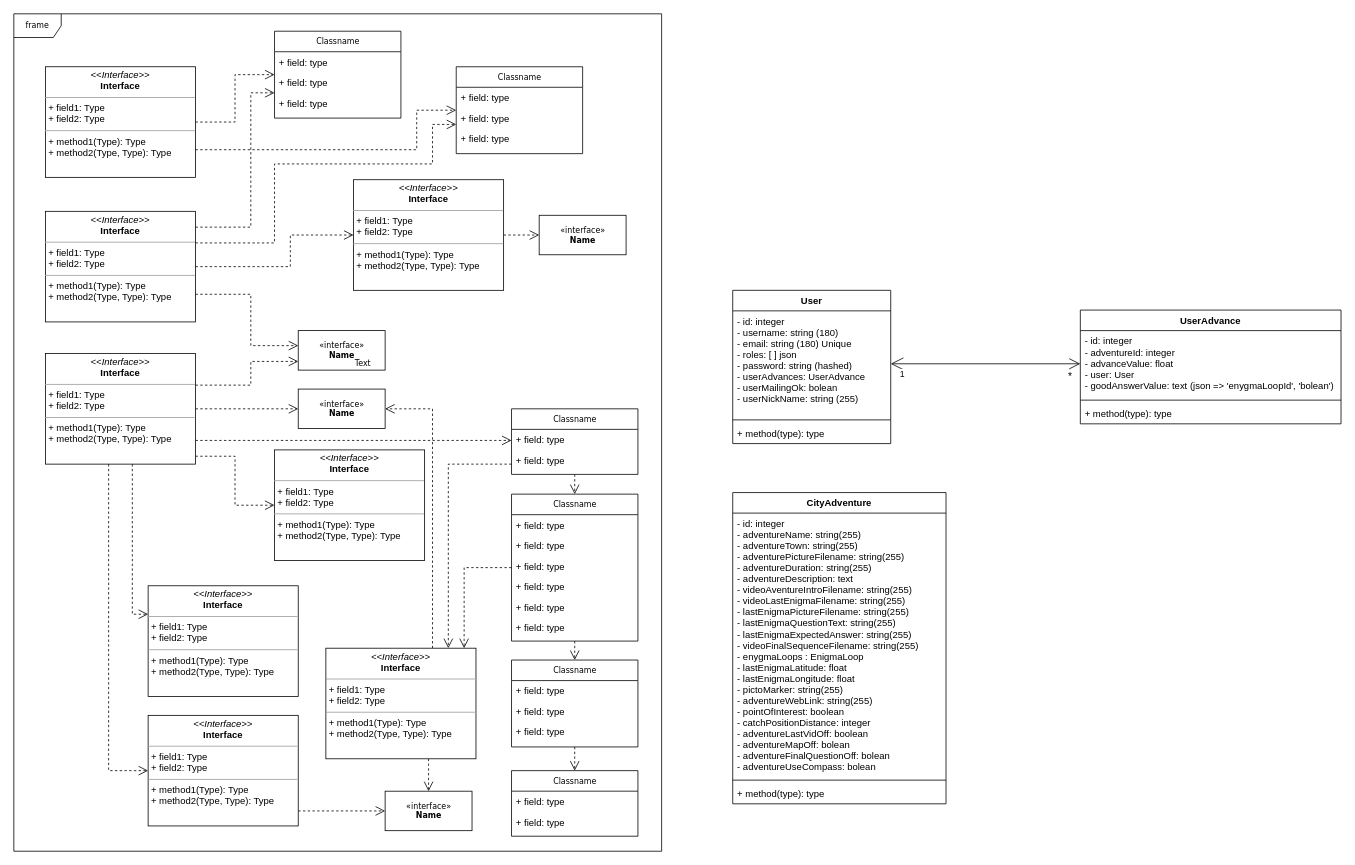
Above: entites.drawio in dlaxcess/citygmaUML (draw.io), before the change. Source tidied: cells renumbered, new cells numbered last; positions are measured from the earlier drawing's top-left corner, leaving out a move shared by most shapes. Both pictures are drawn from the tidied source at 79%, with x=0, y=0 at pixel (13, 13).
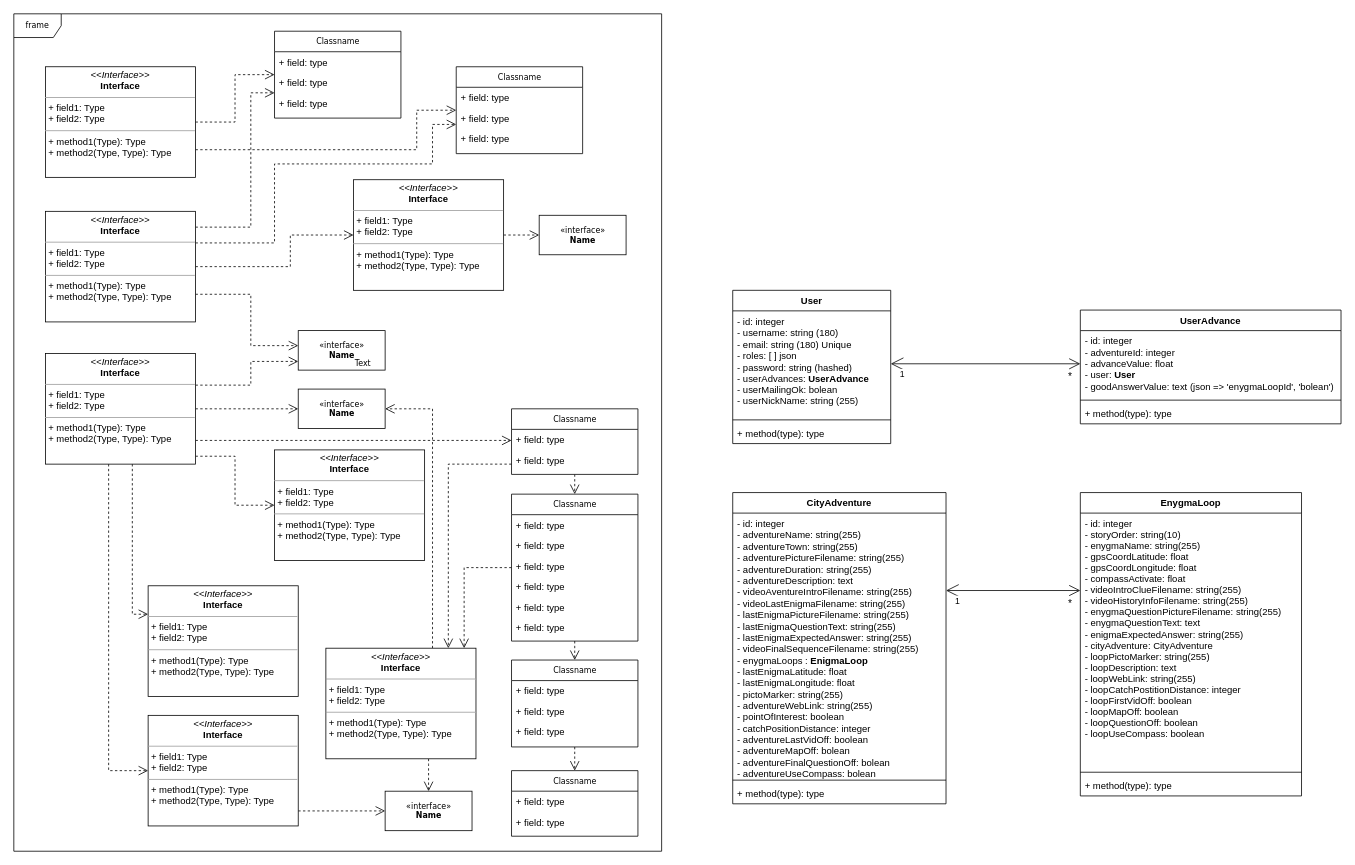
The same page after the edit.

Unchanged cells that the change refers to:
```xml
<mxCell id="62" value="User" style="swimlane;fontStyle=1;align=center;verticalAlign=top;horizontal=1;startSize=26;" parent="1" vertex="1">
  <mxGeometry x="910" y="350" width="200" height="194" as="geometry" />
</mxCell>
<mxCell id="66" value="UserAdvance" style="swimlane;fontStyle=1;align=center;verticalAlign=top;horizontal=1;startSize=26;" parent="1" vertex="1">
  <mxGeometry x="1350" y="375" width="330" height="144" as="geometry" />
</mxCell>
<mxCell id="73" value="CityAdventure" style="swimlane;fontStyle=1;align=center;verticalAlign=top;horizontal=1;startSize=26;" parent="1" vertex="1">
  <mxGeometry x="910" y="606" width="270" height="394" as="geometry" />
</mxCell>
```

What changed in the source:
```diff
@@
-    <mxCell id="63" value="- id: integer&#10;- username: string (180)&#10;- email: string (180) Unique&#10;- roles: [ ] json&#10;- password: string (hashed)&#10;- userAdvances: UserAdvance&#10;- userMailingOk: bolean&#10;- userNickName: string (255)" style="text;strokeColor=none;fillColor=none;align=left;verticalAlign=top;spacingLeft=4;spacingRight=4;overflow=hidden;points=[[0,0.5],[1,0.5]];portConstraint=eastwest;" parent="62" vertex="1">
+    <mxCell id="63" value="- id: integer&lt;br&gt;- username: string (180)&lt;br&gt;- email: string (180) Unique&lt;br&gt;- roles: [ ] json&lt;br&gt;- password: string (hashed)&lt;br&gt;- userAdvances: &lt;b&gt;UserAdvance&lt;/b&gt;&lt;br&gt;- userMailingOk: bolean&lt;br&gt;- userNickName: string (255)" style="text;strokeColor=none;fillColor=none;align=left;verticalAlign=top;spacingLeft=4;spacingRight=4;overflow=hidden;points=[[0,0.5],[1,0.5]];portConstraint=eastwest;html=1;" parent="62" vertex="1">
       <mxGeometry y="26" width="200" height="134" as="geometry" />
     </mxCell>
@@
-    <mxCell id="67" value="- id: integer&#10;- adventureId: integer&#10;- advanceValue: float&#10;- user: User&#10;- goodAnswerValue: text (json =&gt; 'enygmaLoopId', 'bolean') " style="text;strokeColor=none;fillColor=none;align=left;verticalAlign=top;spacingLeft=4;spacingRight=4;overflow=hidden;points=[[0,0.5],[1,0.5]];portConstraint=eastwest;" parent="66" vertex="1">
+    <mxCell id="67" value="- id: integer&lt;br&gt;- adventureId: integer&lt;br&gt;- advanceValue: float&lt;br&gt;- user: &lt;b&gt;User&lt;/b&gt;&lt;br&gt;- goodAnswerValue: text (json =&amp;gt; 'enygmaLoopId', 'bolean')&amp;nbsp;" style="text;strokeColor=none;fillColor=none;align=left;verticalAlign=top;spacingLeft=4;spacingRight=4;overflow=hidden;points=[[0,0.5],[1,0.5]];portConstraint=eastwest;html=1;" parent="66" vertex="1">
       <mxGeometry y="26" width="330" height="84" as="geometry" />
     </mxCell>
@@
-    <mxCell id="74" value="- id: integer&#10;- adventureName: string(255)&#10;- adventureTown: string(255)&#10;- adventurePictureFilename: string(255)&#10;- adventureDuration: string(255)&#10;- adventureDescription: text&#10;- videoAventureIntroFilename: string(255)&#10;- videoLastEnigmaFilename: string(255)&#10;- lastEnigmaPictureFilename: string(255)&#10;- lastEnigmaQuestionText: string(255)&#10;- lastEnigmaExpectedAnswer: string(255)&#10;- videoFinalSequenceFilename: string(255)&#10;- enygmaLoops : EnigmaLoop&#10;- lastEnigmaLatitude: float&#10;- lastEnigmaLongitude: float&#10;- pictoMarker: string(255)&#10;- adventureWebLink: string(255)&#10;- pointOfInterest: boolean&#10;- catchPositionDistance: integer&#10;- adventureLastVidOff: boolean&#10;- adventureMapOff: bolean&#10;- adventureFinalQuestionOff: bolean&#10;- adventureUseCompass: bolean" style="text;strokeColor=none;fillColor=none;align=left;verticalAlign=top;spacingLeft=4;spacingRight=4;overflow=hidden;" parent="73" vertex="1">
+    <mxCell id="74" value="- id: integer&lt;br&gt;- adventureName: string(255)&lt;br&gt;- adventureTown: string(255)&lt;br&gt;- adventurePictureFilename: string(255)&lt;br&gt;- adventureDuration: string(255)&lt;br&gt;- adventureDescription: text&lt;br&gt;- videoAventureIntroFilename: string(255)&lt;br&gt;- videoLastEnigmaFilename: string(255)&lt;br&gt;- lastEnigmaPictureFilename: string(255)&lt;br&gt;- lastEnigmaQuestionText: string(255)&lt;br&gt;- lastEnigmaExpectedAnswer: string(255)&lt;br&gt;- videoFinalSequenceFilename: string(255)&lt;br&gt;- enygmaLoops : &lt;b&gt;EnigmaLoop&lt;/b&gt;&lt;br&gt;- lastEnigmaLatitude: float&lt;br&gt;- lastEnigmaLongitude: float&lt;br&gt;- pictoMarker: string(255)&lt;br&gt;- adventureWebLink: string(255)&lt;br&gt;- pointOfInterest: boolean&lt;br&gt;- catchPositionDistance: integer&lt;br&gt;- adventureLastVidOff: boolean&lt;br&gt;- adventureMapOff: bolean&lt;br&gt;- adventureFinalQuestionOff: bolean&lt;br&gt;- adventureUseCompass: bolean" style="text;strokeColor=none;fillColor=none;align=left;verticalAlign=top;spacingLeft=4;spacingRight=4;overflow=hidden;html=1;" parent="73" vertex="1">
       <mxGeometry y="26" width="270" height="334" as="geometry" />
     </mxCell>
@@
+    <mxCell id="77" value="EnygmaLoop" style="swimlane;fontStyle=1;align=center;verticalAlign=top;horizontal=1;startSize=26;" parent="1" vertex="1">
+      <mxGeometry x="1350" y="606" width="280" height="384" as="geometry" />
+    </mxCell>
+    <mxCell id="78" value="- id: integer&#10;- storyOrder: string(10)&#10;- enygmaName: string(255)&#10;- gpsCoordLatitude: float&#10;- gpsCoordLongitude: float&#10;- compassActivate: float&#10;- videoIntroClueFilename: string(255)&#10;- videoHistoryInfoFilename: string(255)&#10;- enygmaQuestionPictureFilename: string(255)&#10;- enygmaQuestionText: text&#10;- enigmaExpectedAnswer: string(255)&#10;- cityAdventure: CityAdventure&#10;- loopPictoMarker: string(255)&#10;- loopDescription: text&#10;- loopWebLink: string(255)&#10;- loopCatchPostitionDistance: integer&#10;- loopFirstVidOff: boolean&#10;- loopMapOff: boolean&#10;- loopQuestionOff: boolean&#10;- loopUseCompass: boolean" style="text;strokeColor=none;fillColor=none;align=left;verticalAlign=top;spacingLeft=4;spacingRight=4;overflow=hidden;" parent="77" vertex="1">
+      <mxGeometry y="26" width="280" height="324" as="geometry" />
+    </mxCell>
+    <mxCell id="79" style="line;strokeWidth=1;fillColor=none;align=left;verticalAlign=middle;spacingTop=-1;spacingLeft=3;spacingRight=3;labelPosition=right;" parent="77" vertex="1">
+      <mxGeometry y="350" width="280" height="8" as="geometry" />
+    </mxCell>
+    <mxCell id="80" value="+ method(type): type" style="text;strokeColor=none;fillColor=none;align=left;verticalAlign=top;spacingLeft=4;spacingRight=4;overflow=hidden;" parent="77" vertex="1">
+      <mxGeometry y="358" width="280" height="26" as="geometry" />
+    </mxCell>
+    <mxCell id="81" style="endArrow=open;html=1;endSize=12;startArrow=open;startSize=14;startFill=0;edgeStyle=orthogonalEdgeStyle;entryX=0;entryY=0.5;entryDx=0;entryDy=0;" parent="1" edge="1">
+      <mxGeometry relative="1" as="geometry">
+        <mxPoint x="1180" y="730" as="sourcePoint" />
+        <mxPoint x="1350" y="730" as="targetPoint" />
+      </mxGeometry>
+    </mxCell>
+    <mxCell id="82" value="1" style="edgeLabel;html=1;align=left;verticalAlign=top;" parent="81" vertex="1">
+      <mxGeometry x="-1" relative="1" as="geometry">
+        <mxPoint x="10" as="offset" />
+      </mxGeometry>
+    </mxCell>
+    <mxCell id="83" value="&lt;font style=&quot;font-size: 13px&quot;&gt;*&lt;/font&gt;" style="edgeLabel;html=1;align=right;verticalAlign=top;" parent="81" vertex="1">
+      <mxGeometry x="1" relative="1" as="geometry">
+        <mxPoint x="-10.2" y="2" as="offset" />
+      </mxGeometry>
+    </mxCell>
```
